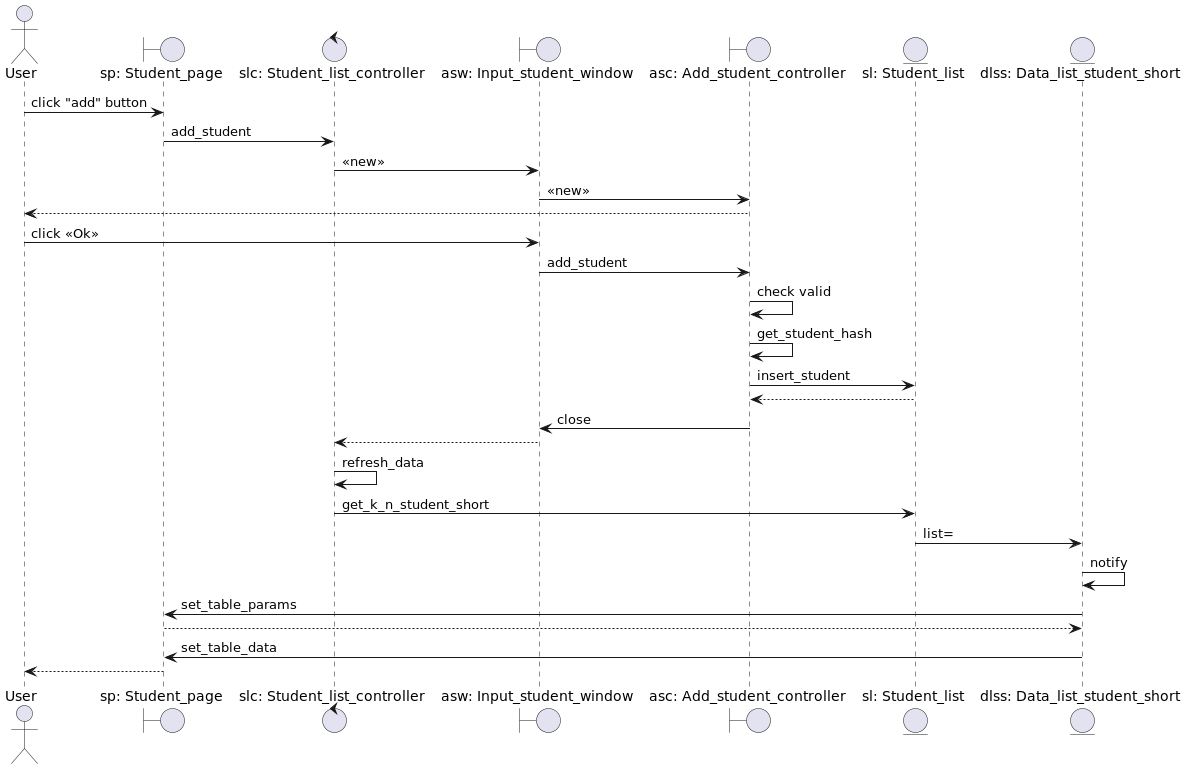
Above: Lab2/Student/diagrams/sequence_diagrams/add_student.png in VitalijGolovij/PatternProgLabs (PlantUML), before the change.
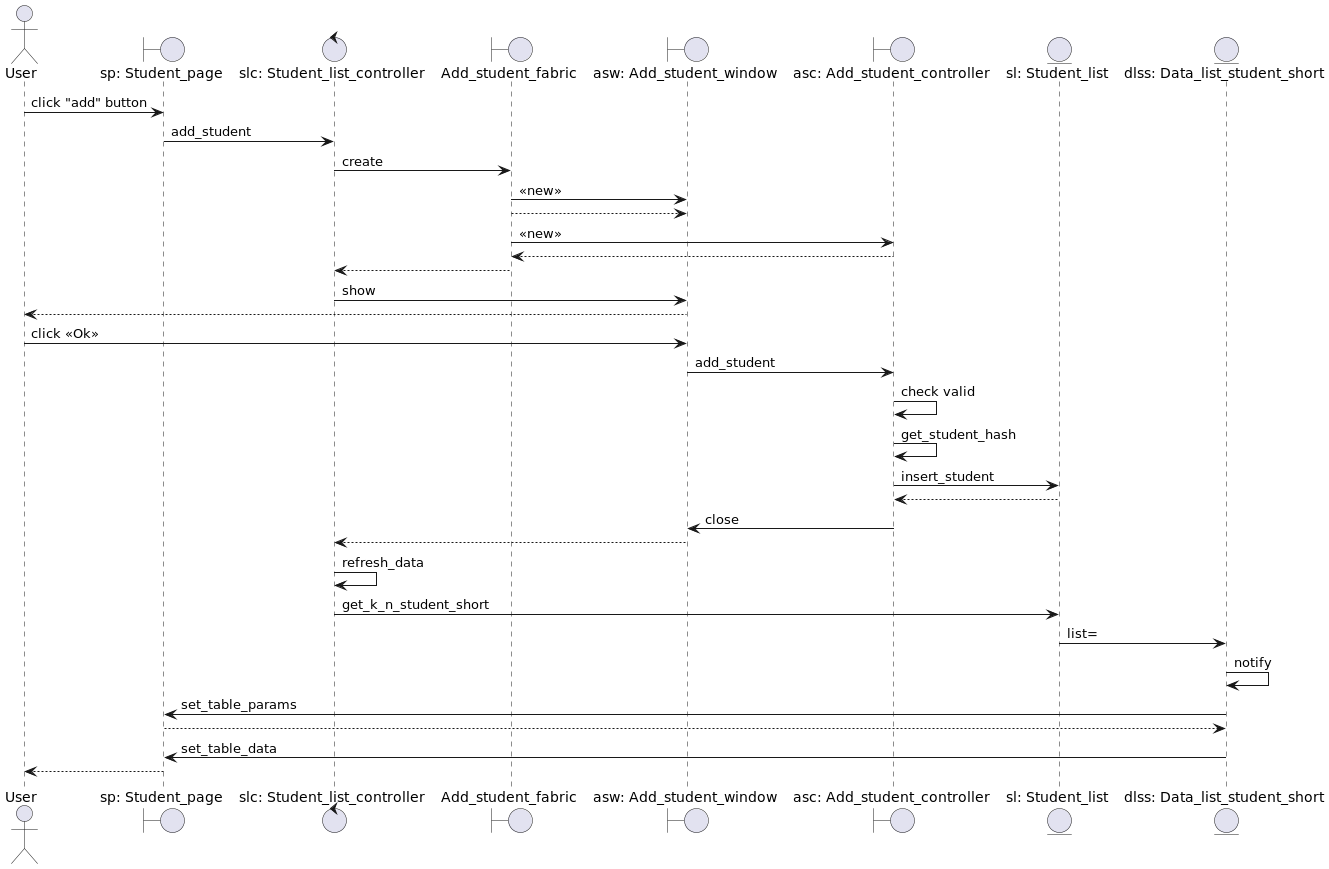
The same diagram one commit later.

What changed in the source:
```diff
@@ -5,16 +5,22 @@
 actor       User                                as user
 boundary    "sp: Student_page"                  as sp
 control     "slc: Student_list_controller"      as slc
-boundary    "asw: Input_student_window"           as asw
+boundary    "Add_student_fabric"           as asf
+boundary    "asw: Add_student_window"           as asw
 boundary    "asc: Add_student_controller"       as asc
 entity      "sl: Student_list"                  as sl
 entity      "dlss: Data_list_student_short"     as dlss
 
 user -> sp : click "add" button
 sp -> slc : add_student
-slc -> asw : <<new>>
-asw -> asc : <<new>>
-user <-- asc :
+slc -> asf : create
+asf -> asw : <<new>>
+asw <-- asf
+asf -> asc : <<new>>
+asc --> asf
+slc <-- asf
+slc -> asw : show
+user <-- asw
 user -> asw : click <<Ok>>
 asw -> asc : add_student
 asc -> asc :check valid
```
